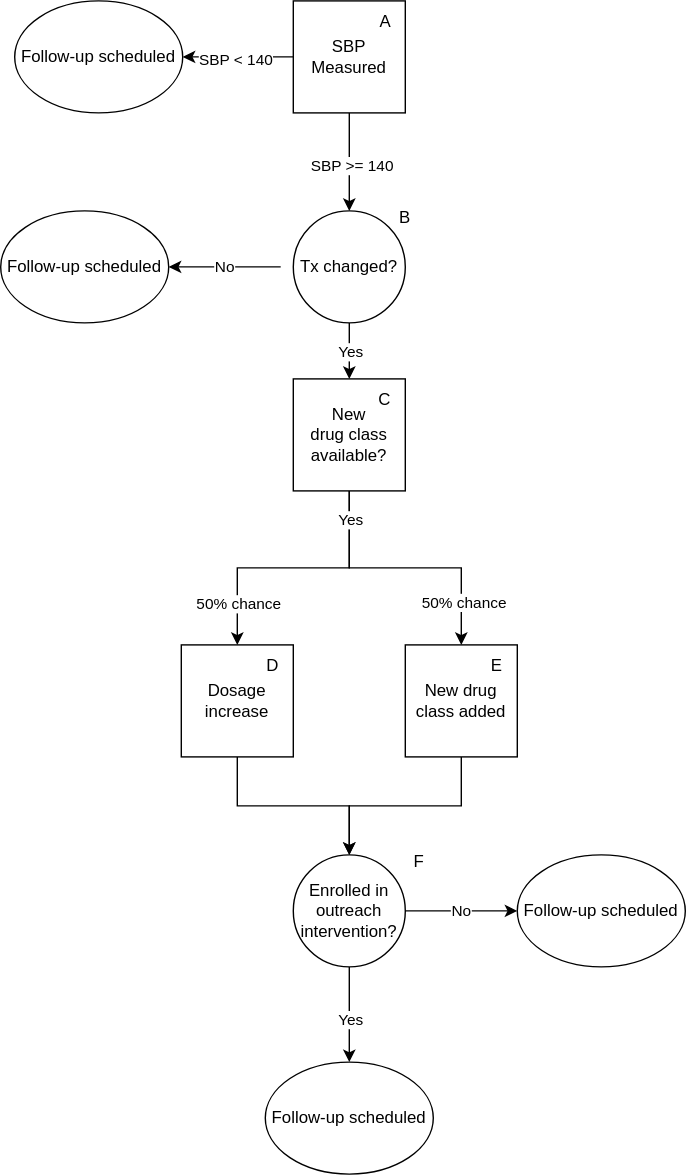
The draw.io diagram docs/source/concept_models/vivarium_us_cvd/sbp_ramp_followup.svg in ihmeuw/vivarium_research, before a commit. Source tidied: cells renumbered, new cells last; positions are measured from the earlier drawing's top-left corner, leaving out a move shared by most shapes.
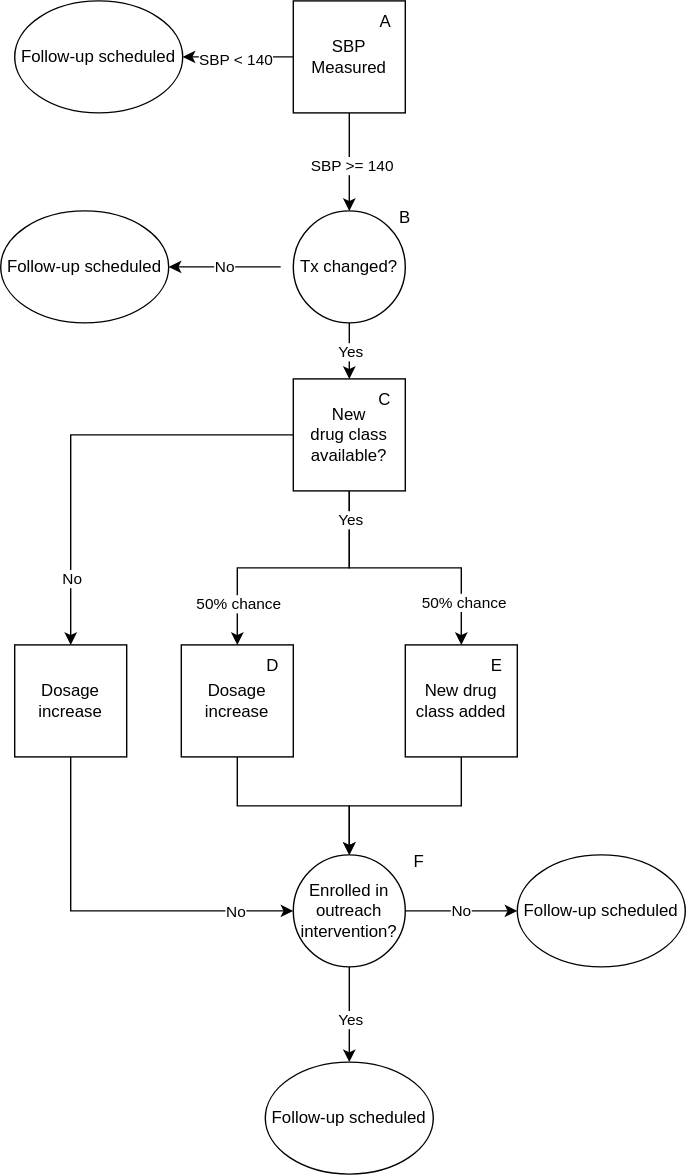
Later version of the same file.

What changed in the source:
```diff
@@ -116,5 +116,20 @@
     <mxCell id="34" value="E" style="text;html=1;strokeColor=none;fillColor=none;align=center;verticalAlign=middle;whiteSpace=wrap;rounded=0;" parent="1" vertex="1">
       <mxGeometry x="340" y="460" width="29" height="30" as="geometry" />
     </mxCell>
+    <mxCell id="35" value="&lt;div&gt;Dosage increase&lt;br&gt;&lt;/div&gt;" style="whiteSpace=wrap;html=1;" parent="1" vertex="1">
+      <mxGeometry x="10" y="460" width="80" height="80" as="geometry" />
+    </mxCell>
+    <mxCell id="36" style="edgeStyle=orthogonalEdgeStyle;rounded=0;jettySize=auto;html=1;entryX=0.5;entryY=0;entryDx=0;entryDy=0;" parent="1" edge="1" source="12" target="35">
+      <mxGeometry relative="1" as="geometry" />
+    </mxCell>
+    <mxCell id="37" value="No" style="edgeLabel;html=1;align=center;verticalAlign=middle;" parent="36" vertex="1">
+      <mxGeometry x="0.69" relative="1" as="geometry" />
+    </mxCell>
+    <mxCell id="38" style="edgeStyle=orthogonalEdgeStyle;rounded=0;jettySize=auto;html=1;entryX=0;entryY=0.5;entryDx=0;entryDy=0;exitX=0.5;exitY=1;exitDx=0;exitDy=0;" parent="1" edge="1" source="35" target="18">
+      <mxGeometry relative="1" as="geometry" />
+    </mxCell>
+    <mxCell id="39" value="No" style="edgeLabel;html=1;align=center;verticalAlign=middle;" parent="38" vertex="1">
+      <mxGeometry x="0.69" relative="1" as="geometry" />
+    </mxCell>
   </root>
 </mxGraphModel>
```
